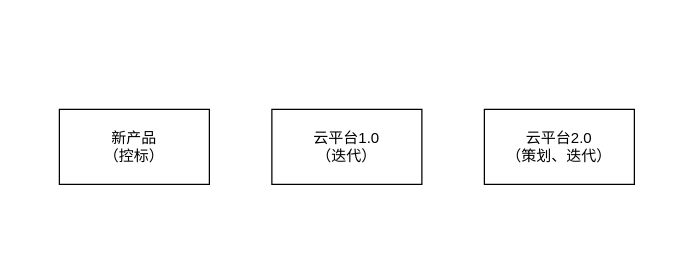
Before: page "每个月的规划" (6 of 6) of diagrams/里程.drawio in dengyulong/PublicStore, a draw.io diagram. Source tidied: cells renumbered, new cells numbered last; positions are measured from the earlier drawing's top-left corner, leaving out a move shared by most shapes. Both pictures are drawn from the tidied source at 125%, with x=0, y=0 at pixel (59, 109).
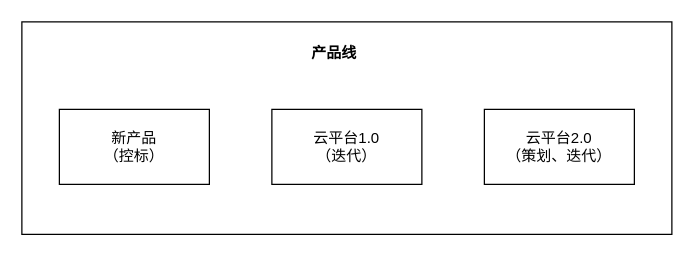
The same diagram, later.

Diff of the diagram source:
```diff
@@
 <mxGraphModel>
   <root>
     <mxCell id="0" />
     <mxCell id="1" parent="0" />
+    <mxCell id="5" style="rounded=0;whiteSpace=wrap;html=1;" parent="1" vertex="1">
+      <mxGeometry x="-30" y="-70" width="520" height="170" as="geometry" />
+    </mxCell>
     <mxCell id="2" value="新产品&lt;br&gt;（控标）" style="rounded=0;whiteSpace=wrap;html=1;" parent="1" vertex="1">
       <mxGeometry width="120" height="60" as="geometry" />
     </mxCell>
     <mxCell id="3" value="云平台1.0&lt;br&gt;（迭代）" style="rounded=0;whiteSpace=wrap;html=1;" parent="1" vertex="1">
       <mxGeometry x="170" width="120" height="60" as="geometry" />
     </mxCell>
     <mxCell id="4" value="云平台2.0&lt;br&gt;（策划、迭代）" style="rounded=0;whiteSpace=wrap;html=1;" parent="1" vertex="1">
       <mxGeometry x="340" width="120" height="60" as="geometry" />
     </mxCell>
+    <mxCell id="6" value="产品线" style="text;html=1;strokeColor=none;fillColor=none;align=center;verticalAlign=middle;whiteSpace=wrap;rounded=0;fontStyle=1;" parent="1" vertex="1">
+      <mxGeometry x="190" y="-60" width="60" height="30" as="geometry" />
+    </mxCell>
   </root>
 </mxGraphModel>
```
